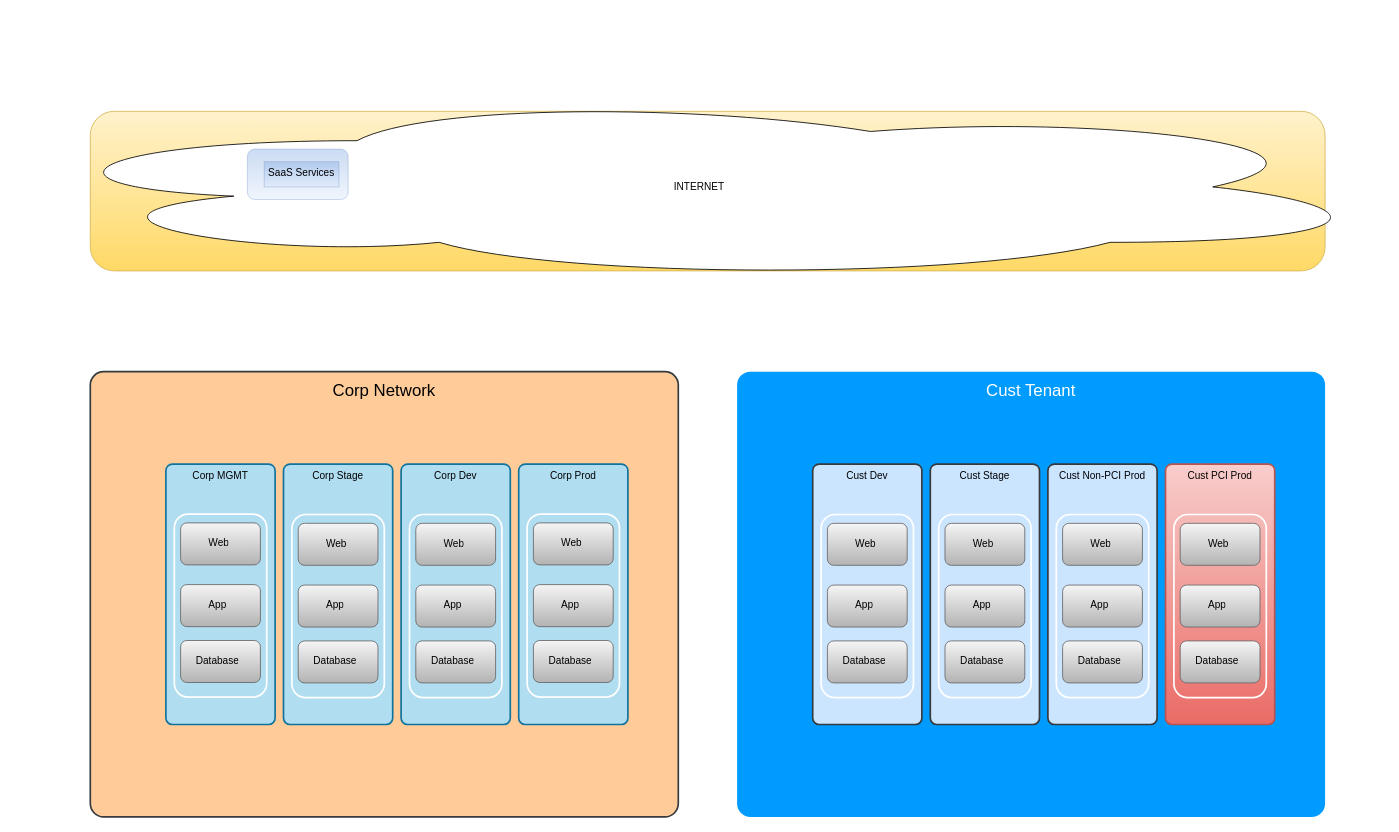
Above: page "Tenant Diagram" (1 of 2) of Untitled Diagram.drawio in allangonzalezmck/Labsetup (draw.io), before the change. Source tidied: cells renumbered, new cells numbered last; positions are measured from the earlier drawing's top-left corner, leaving out a move shared by most shapes. Both pictures are drawn from the tidied source at 84%, with x=0, y=0 at pixel (14, 94).
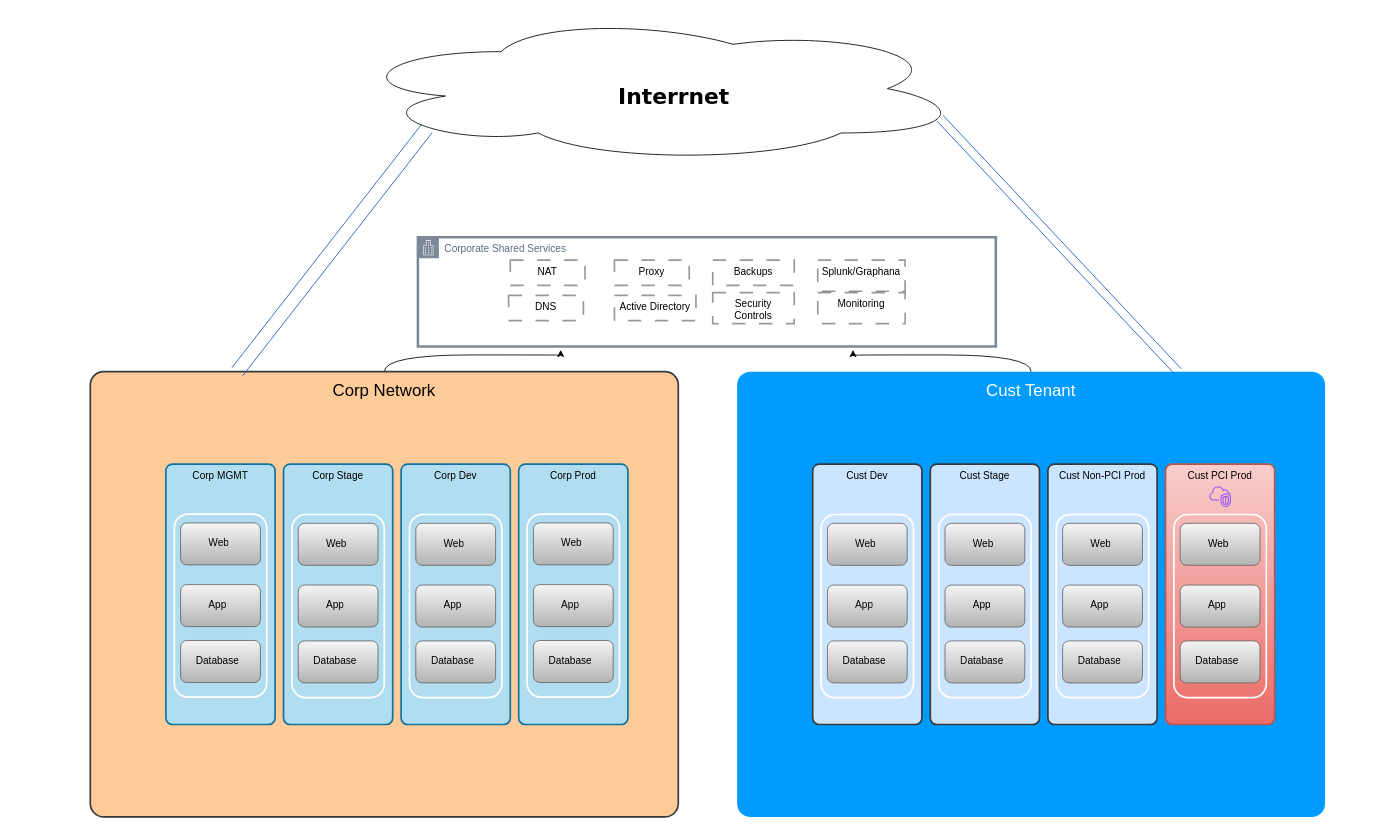
The same page after the edit.

Unchanged cells that the change refers to:
```xml
<mxCell id="2" value="Cust Tenant" style="whiteSpace=wrap;html=1;rounded=1;shadow=0;strokeColor=none;strokeWidth=2;fillColor=#009BFF;fontSize=20;fontColor=#FFFFFF;align=center;arcSize=3;verticalAlign=top;spacingTop=4;" parent="1" vertex="1">
  <mxGeometry x="860" y="330" width="700" height="530" as="geometry" />
</mxCell>
<mxCell id="7" value="Corp Network" style="whiteSpace=wrap;html=1;rounded=1;shadow=0;strokeColor=#36393d;strokeWidth=2;fillColor=#ffcc99;fontSize=20;align=center;arcSize=3;verticalAlign=top;spacingTop=4;" parent="1" vertex="1">
  <mxGeometry x="90" y="330" width="700" height="530" as="geometry" />
</mxCell>
```

Diff of the diagram source:
```diff
@@
+    <mxCell id="72" style="edgeStyle=orthogonalEdgeStyle;rounded=0;jettySize=auto;html=1;entryX=0.75;entryY=1;entryDx=0;entryDy=0;curved=1;" parent="1" edge="1" source="2" target="75">
+      <mxGeometry relative="1" as="geometry" />
+    </mxCell>
@@
+    <mxCell id="73" style="edgeStyle=orthogonalEdgeStyle;rounded=0;jettySize=auto;html=1;entryX=0.25;entryY=1;entryDx=0;entryDy=0;curved=1;" parent="1" edge="1" source="7" target="75">
+      <mxGeometry relative="1" as="geometry" />
+    </mxCell>
@@
-    <mxCell id="14" style="rounded=1;whiteSpace=wrap;html=1;fillColor=#fff2cc;gradientColor=#ffd966;strokeColor=#d6b656;" parent="1" vertex="1">
-      <mxGeometry x="90" y="20" width="1470" height="190" as="geometry" />
-    </mxCell>
-    <mxCell id="15" value="INTERNET" style="ellipse;shape=cloud;whiteSpace=wrap;html=1;align=center;" parent="1" vertex="1">
-      <mxGeometry width="1630" height="220" as="geometry" />
-    </mxCell>
@@
-    <mxCell id="70" style="rounded=1;whiteSpace=wrap;html=1;fillColor=#dae8fc;strokeColor=#6c8ebf;gradientColor=#7ea6e0;gradientDirection=north;opacity=40;" parent="1" vertex="1">
-      <mxGeometry x="277" y="65" width="120" height="60" as="geometry" />
-    </mxCell>
-    <mxCell id="71" value="SaaS&amp;nbsp;&lt;span style=&quot;background-color: initial;&quot;&gt;Services&lt;/span&gt;" style="text;fillColor=#dae8fc;spacingLeft=4;spacingRight=4;overflow=hidden;fontSize=12;whiteSpace=wrap;html=1;align=center;strokeColor=#6c8ebf;gradientColor=#7ea6e0;gradientDirection=north;opacity=40;" parent="1" vertex="1">
-      <mxGeometry x="297" y="80" width="89" height="30" as="geometry" />
-    </mxCell>
+    <mxCell id="74" style="sketch=0;fontColor=#232F3E;gradientColor=none;fillColor=#8C4FFF;strokeColor=none;dashed=0;verticalLabelPosition=bottom;verticalAlign=top;align=center;html=1;fontSize=12;fontStyle=0;shape=mxgraph.aws4.vpc_virtual_private_cloud_vpc;" parent="1" vertex="1">
+      <mxGeometry x="1422.2" y="466" width="25.7" height="25" as="geometry" />
+    </mxCell>
+    <mxCell id="75" value="Corporate Shared Services" style="points=[[0,0],[0.25,0],[0.5,0],[0.75,0],[1,0],[1,0.25],[1,0.5],[1,0.75],[1,1],[0.75,1],[0.5,1],[0.25,1],[0,1],[0,0.75],[0,0.5],[0,0.25]];outlineConnect=0;gradientColor=none;html=1;whiteSpace=wrap;fontSize=12;fontStyle=0;shape=mxgraph.aws4.group;grIcon=mxgraph.aws4.group_corporate_data_center;strokeColor=#7D8998;fillColor=none;verticalAlign=top;align=left;spacingLeft=30;fontColor=#5A6C86;dashed=0;perimeterSpacing=4;strokeWidth=3;" parent="1" vertex="1">
+      <mxGeometry x="480" y="170" width="688" height="130" as="geometry" />
+    </mxCell>
+    <mxCell id="76" value="NAT" style="text;spacingLeft=4;spacingRight=4;overflow=hidden;fontSize=12;whiteSpace=wrap;html=1;align=center;gradientDirection=north;opacity=40;dashed=1;dashPattern=8 8;strokeColor=default;strokeWidth=2;" parent="75" vertex="1">
+      <mxGeometry x="110" y="27.2" width="89" height="30" as="geometry" />
+    </mxCell>
+    <mxCell id="77" value="Proxy" style="text;spacingLeft=4;spacingRight=4;overflow=hidden;fontSize=12;whiteSpace=wrap;html=1;align=center;gradientDirection=north;opacity=40;dashed=1;dashPattern=8 8;strokeColor=default;strokeWidth=2;" parent="75" vertex="1">
+      <mxGeometry x="234" y="27.2" width="89" height="30" as="geometry" />
+    </mxCell>
+    <mxCell id="78" value="DNS" style="text;spacingLeft=4;spacingRight=4;overflow=hidden;fontSize=12;whiteSpace=wrap;html=1;align=center;gradientDirection=north;opacity=40;dashed=1;dashPattern=8 8;strokeColor=default;strokeWidth=2;" parent="75" vertex="1">
+      <mxGeometry x="108" y="69.2" width="89" height="30" as="geometry" />
+    </mxCell>
+    <mxCell id="79" value="Active Directory" style="text;spacingLeft=4;spacingRight=4;overflow=hidden;fontSize=12;whiteSpace=wrap;html=1;align=center;gradientDirection=north;opacity=40;dashed=1;dashPattern=8 8;strokeColor=default;strokeWidth=2;" parent="75" vertex="1">
+      <mxGeometry x="234" y="69.2" width="97" height="30" as="geometry" />
+    </mxCell>
+    <mxCell id="80" value="Backups" style="text;spacingLeft=4;spacingRight=4;overflow=hidden;fontSize=12;whiteSpace=wrap;html=1;align=center;gradientDirection=north;opacity=40;dashed=1;dashPattern=8 8;strokeColor=default;strokeWidth=2;" parent="75" vertex="1">
+      <mxGeometry x="351" y="27.2" width="97" height="30" as="geometry" />
+    </mxCell>
+    <mxCell id="81" value="Security Controls" style="text;spacingLeft=4;spacingRight=4;overflow=hidden;fontSize=12;whiteSpace=wrap;html=1;align=center;gradientDirection=north;opacity=40;dashed=1;dashPattern=8 8;strokeColor=default;strokeWidth=2;" parent="75" vertex="1">
+      <mxGeometry x="351" y="65.8" width="97" height="37" as="geometry" />
+    </mxCell>
+    <mxCell id="82" value="Splunk/Graphana" style="text;spacingLeft=4;spacingRight=4;overflow=hidden;fontSize=12;whiteSpace=wrap;html=1;align=center;gradientDirection=north;opacity=40;dashed=1;dashPattern=8 8;strokeColor=default;strokeWidth=2;" parent="75" vertex="1">
+      <mxGeometry x="476" y="27.2" width="104" height="37" as="geometry" />
+    </mxCell>
+    <mxCell id="83" value="Monitoring" style="text;spacingLeft=4;spacingRight=4;overflow=hidden;fontSize=12;whiteSpace=wrap;html=1;align=center;gradientDirection=north;opacity=40;dashed=1;dashPattern=8 8;strokeColor=default;strokeWidth=2;" parent="75" vertex="1">
+      <mxGeometry x="476" y="65.8" width="104" height="37" as="geometry" />
+    </mxCell>
+    <mxCell id="84" style="shape=link;html=1;rounded=0;entryX=0.75;entryY=0;entryDx=0;entryDy=0;exitX=0.96;exitY=0.7;exitDx=0;exitDy=0;fillColor=#dae8fc;gradientColor=#7ea6e0;strokeColor=#115ac0;flowAnimation=1;exitPerimeter=0;width=10;" parent="1" edge="1" source="85" target="2">
+      <mxGeometry relative="1" as="geometry" />
+    </mxCell>
+    <mxCell id="85" style="ellipse;shape=cloud;whiteSpace=wrap;html=1;" parent="1" vertex="1">
+      <mxGeometry x="395" y="-95" width="736" height="176" as="geometry" />
+    </mxCell>
+    <mxCell id="86" value="Interrnet" style="text;html=1;align=center;verticalAlign=middle;whiteSpace=wrap;rounded=0;fontSize=26;fontFamily=Verdana;fontStyle=1;" parent="1" vertex="1">
+      <mxGeometry x="712.5" y="-12" width="144" height="30" as="geometry" />
+    </mxCell>
+    <mxCell id="87" style="shape=link;html=1;rounded=0;entryX=0.25;entryY=0;entryDx=0;entryDy=0;exitX=0.13;exitY=0.77;exitDx=0;exitDy=0;fillColor=#dae8fc;gradientColor=#7ea6e0;strokeColor=#115ac0;flowAnimation=1;exitPerimeter=0;width=16;" parent="1" edge="1" source="85" target="7">
+      <mxGeometry relative="1" as="geometry" />
+    </mxCell>
```
